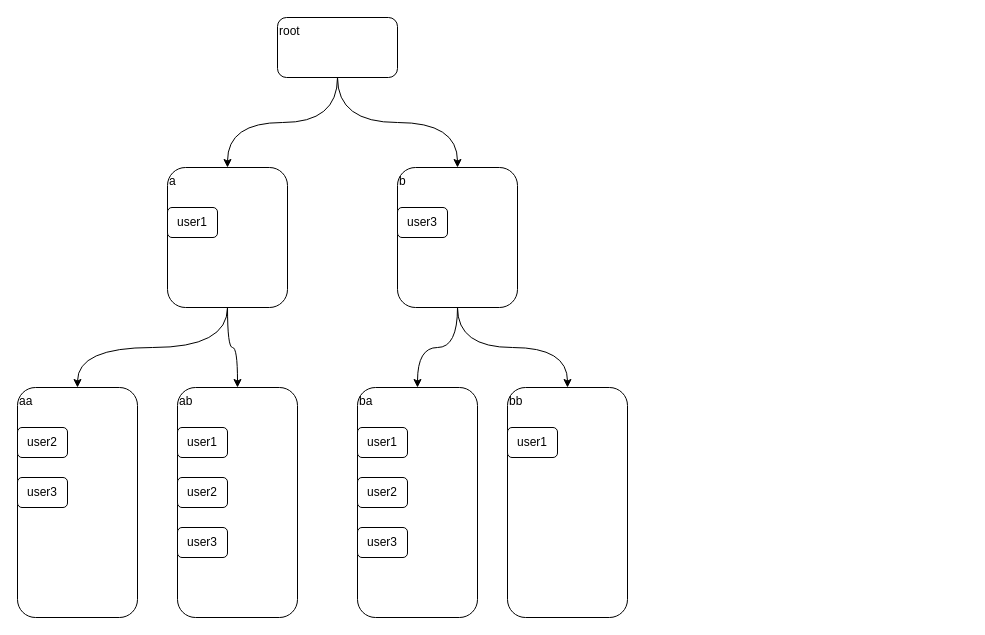
Before: permission.drawio in xyfll7/xyfll7.github.io, a draw.io diagram. Source tidied: cells renumbered, new cells numbered last; positions are measured from the earlier drawing's top-left corner, leaving out a move shared by most shapes. Both pictures are drawn from the tidied source at 100%, with x=0, y=0 at pixel (17, 17).
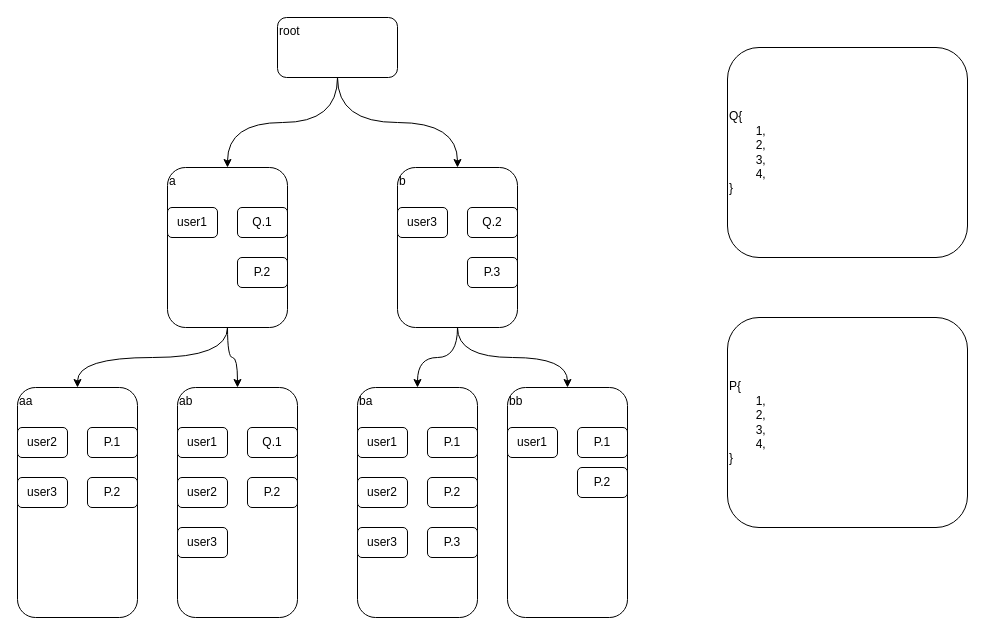
The same page after the edit.

Diff of the diagram source:
```diff
@@
     <mxCell id="7" value="a" style="rounded=1;whiteSpace=wrap;html=1;verticalAlign=top;align=left;" parent="1" vertex="1">
-      <mxGeometry x="150" y="150" width="120" height="140" as="geometry" />
+      <mxGeometry x="150" y="150" width="120" height="160" as="geometry" />
     </mxCell>
@@
     <mxCell id="10" value="b" style="rounded=1;whiteSpace=wrap;html=1;verticalAlign=top;align=left;" parent="1" vertex="1">
-      <mxGeometry x="380" y="150" width="120" height="140" as="geometry" />
+      <mxGeometry x="380" y="150" width="120" height="160" as="geometry" />
     </mxCell>
@@
+    <mxCell id="26" value="P.1" style="rounded=1;whiteSpace=wrap;html=1;" parent="1" vertex="1">
+      <mxGeometry x="560" y="410" width="50" height="30" as="geometry" />
+    </mxCell>
+    <mxCell id="27" value="P.2" style="rounded=1;whiteSpace=wrap;html=1;" parent="1" vertex="1">
+      <mxGeometry x="560" y="450" width="50" height="30" as="geometry" />
+    </mxCell>
+    <mxCell id="28" value="P.1" style="rounded=1;whiteSpace=wrap;html=1;" parent="1" vertex="1">
+      <mxGeometry x="410" y="410" width="50" height="30" as="geometry" />
+    </mxCell>
+    <mxCell id="29" value="P.2" style="rounded=1;whiteSpace=wrap;html=1;" parent="1" vertex="1">
+      <mxGeometry x="410" y="460" width="50" height="30" as="geometry" />
+    </mxCell>
+    <mxCell id="30" value="P.3" style="rounded=1;whiteSpace=wrap;html=1;" parent="1" vertex="1">
+      <mxGeometry x="410" y="510" width="50" height="30" as="geometry" />
+    </mxCell>
+    <mxCell id="31" value="Q.1" style="rounded=1;whiteSpace=wrap;html=1;" parent="1" vertex="1">
+      <mxGeometry x="230" y="410" width="50" height="30" as="geometry" />
+    </mxCell>
+    <mxCell id="32" value="P.2" style="rounded=1;whiteSpace=wrap;html=1;" parent="1" vertex="1">
+      <mxGeometry x="230" y="460" width="50" height="30" as="geometry" />
+    </mxCell>
+    <mxCell id="33" value="P.1" style="rounded=1;whiteSpace=wrap;html=1;" parent="1" vertex="1">
+      <mxGeometry x="70" y="410" width="50" height="30" as="geometry" />
+    </mxCell>
+    <mxCell id="34" value="P.2" style="rounded=1;whiteSpace=wrap;html=1;" parent="1" vertex="1">
+      <mxGeometry x="70" y="460" width="50" height="30" as="geometry" />
+    </mxCell>
+    <mxCell id="35" value="P.2" style="rounded=1;whiteSpace=wrap;html=1;" parent="1" vertex="1">
+      <mxGeometry x="220" y="240" width="50" height="30" as="geometry" />
+    </mxCell>
+    <mxCell id="36" value="Q.2" style="rounded=1;whiteSpace=wrap;html=1;" parent="1" vertex="1">
+      <mxGeometry x="450" y="190" width="50" height="30" as="geometry" />
+    </mxCell>
+    <mxCell id="37" value="P.3" style="rounded=1;whiteSpace=wrap;html=1;" parent="1" vertex="1">
+      <mxGeometry x="450" y="240" width="50" height="30" as="geometry" />
+    </mxCell>
+    <mxCell id="38" value="Q{&amp;nbsp;&lt;br&gt;&amp;nbsp; &amp;nbsp; &amp;nbsp; &amp;nbsp; 1,&lt;br&gt;&amp;nbsp; &amp;nbsp; &amp;nbsp; &amp;nbsp; 2,&lt;div&gt;&amp;nbsp; &amp;nbsp; &amp;nbsp; &amp;nbsp; 3,&lt;/div&gt;&lt;div&gt;&amp;nbsp; &amp;nbsp; &amp;nbsp; &amp;nbsp; 4,&lt;br&gt;&lt;div style=&quot;&quot;&gt;&lt;span style=&quot;background-color: transparent; color: light-dark(rgb(0, 0, 0), rgb(255, 255, 255));&quot;&gt;}&lt;/span&gt;&lt;/div&gt;&lt;/div&gt;" style="rounded=1;whiteSpace=wrap;html=1;align=left;" parent="1" vertex="1">
+      <mxGeometry x="710" y="30" width="240" height="210" as="geometry" />
+    </mxCell>
+    <mxCell id="39" value="P{&amp;nbsp;&lt;br&gt;&amp;nbsp; &amp;nbsp; &amp;nbsp; &amp;nbsp; 1,&lt;br&gt;&amp;nbsp; &amp;nbsp; &amp;nbsp; &amp;nbsp; 2,&lt;div&gt;&amp;nbsp; &amp;nbsp; &amp;nbsp; &amp;nbsp; 3,&lt;/div&gt;&lt;div&gt;&amp;nbsp; &amp;nbsp; &amp;nbsp; &amp;nbsp; 4,&lt;br&gt;&lt;div style=&quot;&quot;&gt;&lt;span style=&quot;background-color: transparent; color: light-dark(rgb(0, 0, 0), rgb(255, 255, 255));&quot;&gt;}&lt;/span&gt;&lt;/div&gt;&lt;/div&gt;" style="rounded=1;whiteSpace=wrap;html=1;align=left;" parent="1" vertex="1">
+      <mxGeometry x="710" y="300" width="240" height="210" as="geometry" />
+    </mxCell>
+    <mxCell id="40" value="Q.1" style="rounded=1;whiteSpace=wrap;html=1;" parent="1" vertex="1">
+      <mxGeometry x="220" y="190" width="50" height="30" as="geometry" />
+    </mxCell>
```
